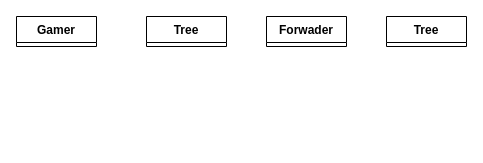
Before: CE/Диаграмма классов.drawio in careock/diagrams, a draw.io diagram. Source tidied: cells renumbered, new cells numbered last; positions are measured from the earlier drawing's top-left corner, leaving out a move shared by most shapes. Both pictures are drawn from the tidied source at 100%, with x=0, y=0 at pixel (16, 16).
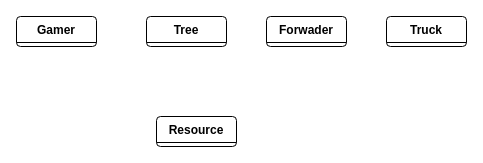
After the change.

What changed in the source:
```diff
@@
 <mxGraphModel>
   <root>
     <mxCell id="0" />
     <mxCell id="1" parent="0" />
-    <mxCell id="2" value="Gamer" style="swimlane;fontStyle=1;align=center;verticalAlign=top;horizontal=1;startSize=26;" parent="1" vertex="1" collapsed="1">
+    <mxCell id="2" value="Gamer" style="swimlane;fontStyle=1;align=center;verticalAlign=top;horizontal=1;startSize=26;rounded=1;" parent="1" vertex="1" collapsed="1">
       <mxGeometry width="80" height="30" as="geometry" />
     </mxCell>
-    <mxCell id="3" value="Tree" style="swimlane;fontStyle=1;align=center;verticalAlign=top;horizontal=1;startSize=26;" parent="1" vertex="1" collapsed="1">
+    <mxCell id="3" value="Tree" style="swimlane;fontStyle=1;align=center;verticalAlign=top;horizontal=1;startSize=26;rounded=1;" parent="1" vertex="1" collapsed="1">
       <mxGeometry x="130" width="80" height="30" as="geometry" />
     </mxCell>
-    <mxCell id="4" value="Forwader" style="swimlane;fontStyle=1;align=center;verticalAlign=top;horizontal=1;startSize=26;" parent="1" vertex="1" collapsed="1">
+    <mxCell id="4" value="Forwader" style="swimlane;fontStyle=1;align=center;verticalAlign=top;horizontal=1;startSize=26;rounded=1;" parent="1" vertex="1" collapsed="1">
       <mxGeometry x="250" width="80" height="30" as="geometry" />
     </mxCell>
-    <mxCell id="5" value="Tree" style="swimlane;fontStyle=1;align=center;verticalAlign=top;horizontal=1;startSize=26;" parent="1" vertex="1" collapsed="1">
-      <mxGeometry x="370" width="80" height="30" as="geometry" />
+    <mxCell id="5" value="Resource" style="swimlane;fontStyle=1;align=center;verticalAlign=top;horizontal=1;startSize=26;rounded=1;" parent="1" vertex="1" collapsed="1">
+      <mxGeometry x="140" y="100" width="80" height="30" as="geometry" />
     </mxCell>
+    <mxCell id="6" value="Truck" style="swimlane;fontStyle=1;align=center;verticalAlign=top;horizontal=1;startSize=26;rounded=1;" parent="1" vertex="1" collapsed="1">
+      <mxGeometry x="370" width="80" height="30" as="geometry" />
+    </mxCell>
   </root>
 </mxGraphModel>
```
